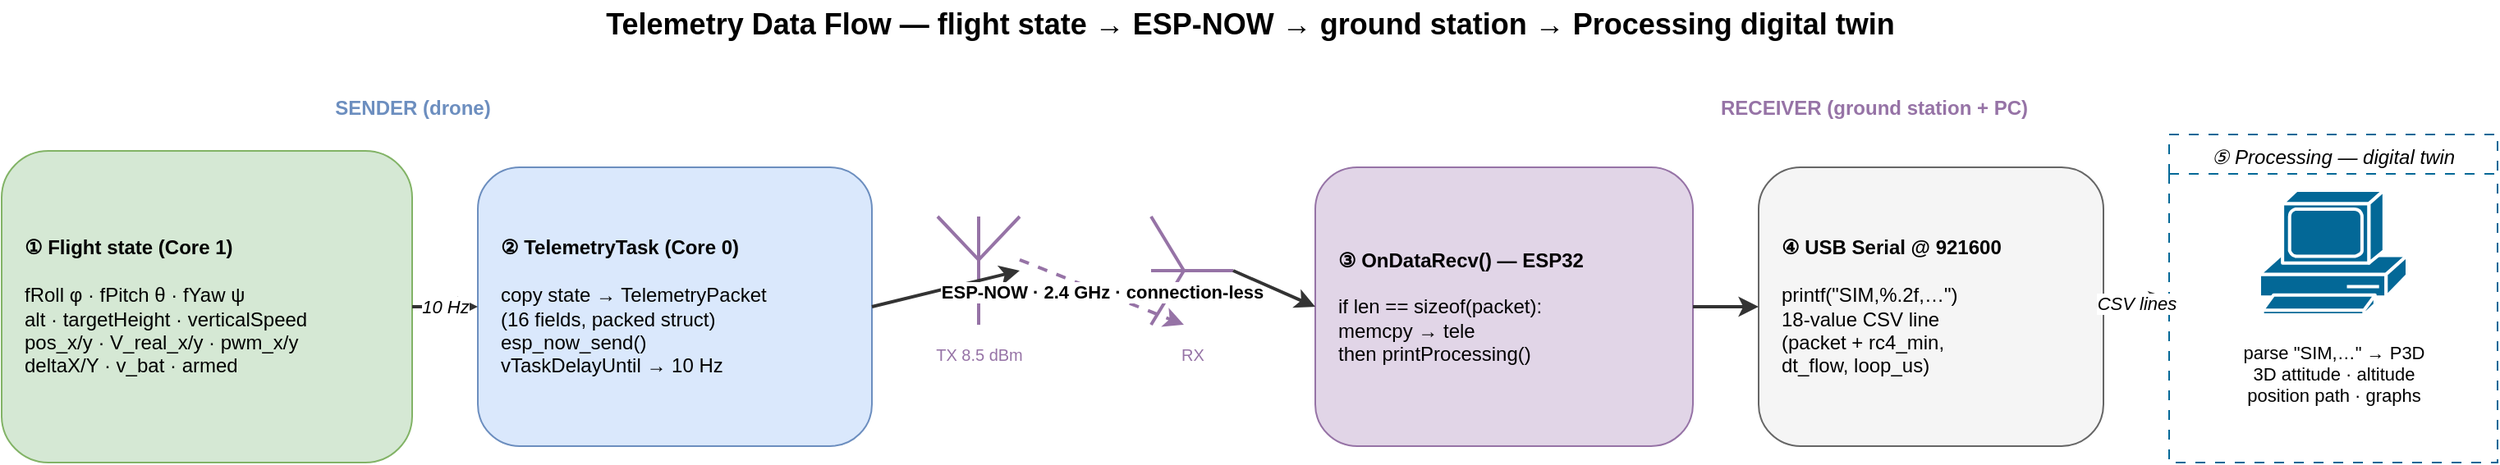
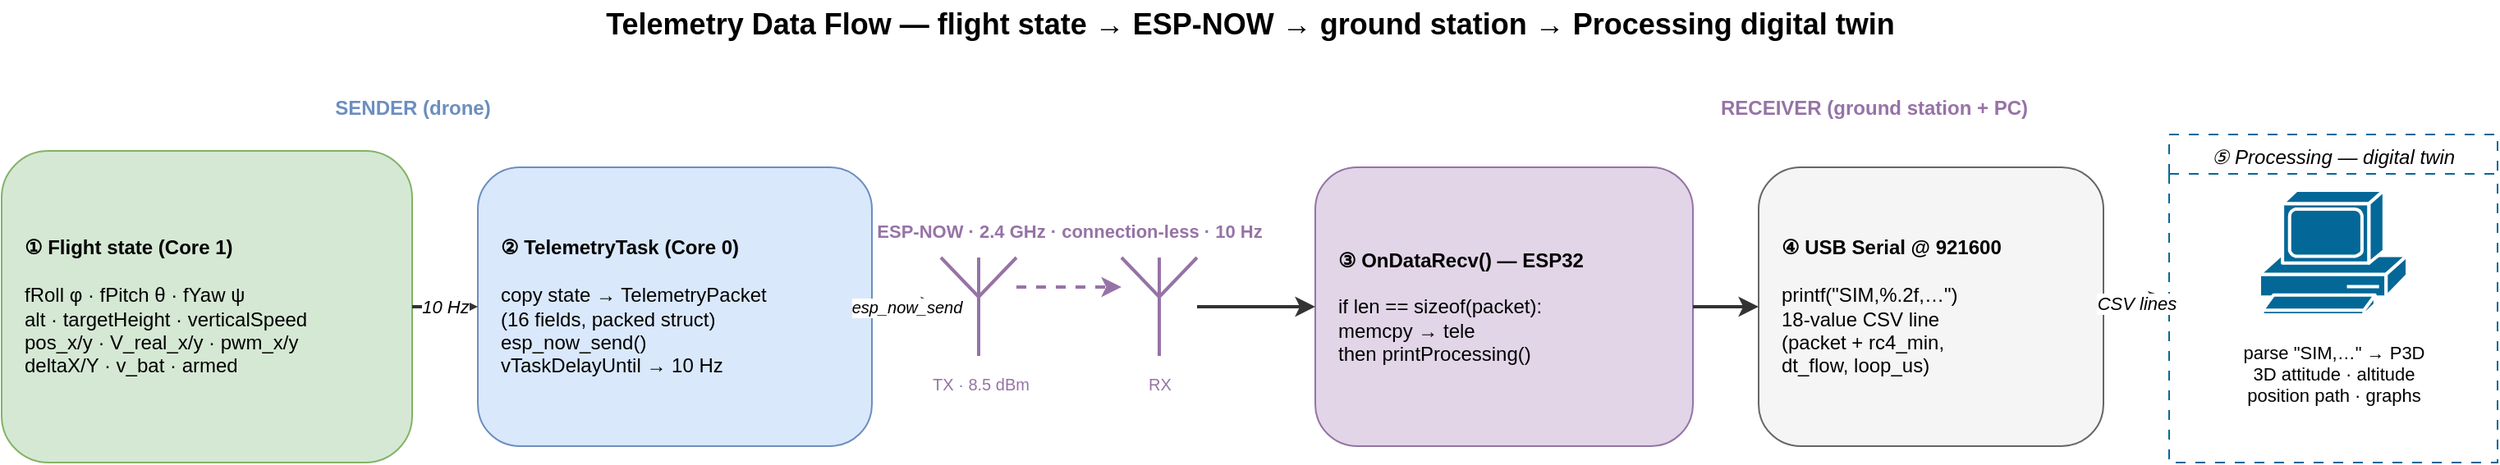
<?xml version="1.0" encoding="UTF-8"?>
<mxfile host="drawio" version="26.0.0">
  <diagram name="Sender-Receiver-Flow">
    <mxGraphModel dx="1400" dy="820" grid="1" gridSize="10" guides="1" tooltips="1" connect="1" arrows="1" fold="1" page="1" pageScale="1" math="0" shadow="0">
      <root>
        <mxCell id="0" />
        <mxCell id="1" parent="0" />

        <mxCell id="ttl" value="Telemetry Data Flow — flight state → ESP-NOW → ground station → Processing digital twin" style="text;html=1;align=center;verticalAlign=middle;fontStyle=1;fontSize=18;" vertex="1" parent="1">
          <mxGeometry x="60" y="18" width="1480" height="30" as="geometry" />
        </mxCell>

        <!-- lane labels -->
        <mxCell id="laneS" value="SENDER (drone)" style="text;html=1;align=center;fontStyle=1;fontSize=12;fontColor=#6c8ebf;" vertex="1" parent="1"><mxGeometry x="40" y="70" width="500" height="20" as="geometry" /></mxCell>
        <mxCell id="laneR" value="RECEIVER (ground station + PC)" style="text;html=1;align=center;fontStyle=1;fontSize=12;fontColor=#9673a6;" vertex="1" parent="1"><mxGeometry x="820" y="70" width="720" height="20" as="geometry" /></mxCell>

        <!-- 1 flight state -->
        <mxCell id="fstate" value="&lt;b&gt;① Flight state (Core 1)&lt;/b&gt;&#xa;&#xa;fRoll φ · fPitch θ · fYaw ψ&#xa;alt · targetHeight · verticalSpeed&#xa;pos_x/y · V_real_x/y · pwm_x/y&#xa;deltaX/Y · v_bat · armed" style="rounded=1;whiteSpace=wrap;html=1;fillColor=#d5e8d4;strokeColor=#82b366;fontSize=12;align=left;verticalAlign=middle;spacingLeft=12;" vertex="1" parent="1">
          <mxGeometry x="40" y="110" width="250" height="190" as="geometry" />
        </mxCell>

        <!-- 2 telemetry task -->
        <mxCell id="pack" value="&lt;b&gt;② TelemetryTask (Core 0)&lt;/b&gt;&#xa;&#xa;copy state → TelemetryPacket&#xa;(16 fields, packed struct)&#xa;esp_now_send()&#xa;vTaskDelayUntil → 10 Hz" style="rounded=1;whiteSpace=wrap;html=1;fillColor=#dae8fc;strokeColor=#6c8ebf;fontSize=12;align=left;verticalAlign=middle;spacingLeft=12;" vertex="1" parent="1">
          <mxGeometry x="330" y="120" width="240" height="170" as="geometry" />
        </mxCell>

        <!-- TX antenna -->
        <mxCell id="antTx" value="" style="verticalLabelPosition=bottom;shadow=0;dashed=0;align=center;html=1;verticalAlign=top;shape=mxgraph.electrical.radio.aerial_-_antenna_1;strokeColor=#9673a6;strokeWidth=2;" vertex="1" parent="1">
-           <mxGeometry x="610" y="150" width="50" height="66" as="geometry" />
+           <mxGeometry x="612" y="175" width="46" height="60" as="geometry" />
        </mxCell>
-         <mxCell id="txLbl" value="TX 8.5 dBm" style="text;html=1;align=center;fontSize=10;fontColor=#9673a6;" vertex="1" parent="1"><mxGeometry x="600" y="222" width="70" height="16" as="geometry" /></mxCell>
+         <mxCell id="txLbl" value="TX · 8.5 dBm" style="text;html=1;align=center;fontSize=10;fontColor=#9673a6;" vertex="1" parent="1"><mxGeometry x="600" y="240" width="72" height="16" as="geometry" /></mxCell>

        <!-- RX antenna -->
-         <mxCell id="antRx" value="" style="verticalLabelPosition=bottom;shadow=0;dashed=0;align=center;html=1;verticalAlign=top;shape=mxgraph.electrical.radio.aerial_-_antenna_1;strokeColor=#9673a6;strokeWidth=2;direction=north;" vertex="1" parent="1">
-           <mxGeometry x="740" y="150" width="50" height="66" as="geometry" />
+         <mxCell id="antRx" value="" style="verticalLabelPosition=bottom;shadow=0;dashed=0;align=center;html=1;verticalAlign=top;shape=mxgraph.electrical.radio.aerial_-_antenna_1;strokeColor=#9673a6;strokeWidth=2;" vertex="1" parent="1">
+           <mxGeometry x="722" y="175" width="46" height="60" as="geometry" />
        </mxCell>
-         <mxCell id="rxLbl" value="RX" style="text;html=1;align=center;fontSize=10;fontColor=#9673a6;" vertex="1" parent="1"><mxGeometry x="745" y="222" width="40" height="16" as="geometry" /></mxCell>
+         <mxCell id="rxLbl" value="RX" style="text;html=1;align=center;fontSize=10;fontColor=#9673a6;" vertex="1" parent="1"><mxGeometry x="722" y="240" width="46" height="16" as="geometry" /></mxCell>

        <!-- 3 OnDataRecv -->
        <mxCell id="recv" value="&lt;b&gt;③ OnDataRecv() — ESP32&lt;/b&gt;&#xa;&#xa;if len == sizeof(packet):&#xa;memcpy → tele&#xa;then printProcessing()" style="rounded=1;whiteSpace=wrap;html=1;fillColor=#e1d5e7;strokeColor=#9673a6;fontSize=12;align=left;verticalAlign=middle;spacingLeft=12;" vertex="1" parent="1">
          <mxGeometry x="840" y="120" width="230" height="170" as="geometry" />
        </mxCell>

        <!-- 4 serial CSV -->
        <mxCell id="serial" value="&lt;b&gt;④ USB Serial @ 921600&lt;/b&gt;&#xa;&#xa;printf(&quot;SIM,%.2f,…&quot;)&#xa;18-value CSV line&#xa;(packet + rc4_min,&#xa;dt_flow, loop_us)" style="rounded=1;whiteSpace=wrap;html=1;fillColor=#f5f5f5;strokeColor=#666666;fontSize=12;align=left;verticalAlign=middle;spacingLeft=12;" vertex="1" parent="1">
          <mxGeometry x="1110" y="120" width="210" height="170" as="geometry" />
        </mxCell>

        <!-- 5 processing -->
        <mxCell id="pcCard" value="⑤ Processing — digital twin" style="swimlane;startSize=24;html=1;whiteSpace=wrap;fillColor=none;strokeColor=#036897;dashed=1;dashPattern=6 6;fontSize=12;fontStyle=2;verticalAlign=top;align=center;" vertex="1" parent="1">
          <mxGeometry x="1360" y="100" width="200" height="200" as="geometry" />
        </mxCell>
        <mxCell id="rPc" value="" style="sketch=0;html=1;dashed=0;fillColor=#036897;strokeColor=#ffffff;strokeWidth=2;outlineConnect=0;shape=mxgraph.cisco.computers_and_peripherals.pc;" vertex="1" parent="pcCard">
          <mxGeometry x="55" y="34" width="90" height="76" as="geometry" />
        </mxCell>
        <mxCell id="pcTxt" value="parse &quot;SIM,…&quot; → P3D&#xa;3D attitude · altitude&#xa;position path · graphs" style="text;html=1;align=center;fontSize=11;" vertex="1" parent="pcCard">
          <mxGeometry x="10" y="120" width="180" height="60" as="geometry" />
        </mxCell>

        <!-- edges -->
        <mxCell id="f1" value="10 Hz" style="html=1;endArrow=classic;strokeColor=#333333;strokeWidth=2;fontSize=11;fontStyle=2;labelBackgroundColor=#ffffff;exitX=1;exitY=0.5;entryX=0;entryY=0.5;" edge="1" parent="1" source="fstate" target="pack"><mxGeometry relative="1" as="geometry" /></mxCell>
-         <mxCell id="f2" style="html=1;endArrow=classic;strokeColor=#333333;strokeWidth=2;exitX=1;exitY=0.5;entryX=0.5;entryY=0.5;" edge="1" parent="1" source="pack" target="antTx"><mxGeometry relative="1" as="geometry" /></mxCell>
-         <mxCell id="fLink" value="ESP-NOW · 2.4 GHz · connection-less" style="html=1;endArrow=classic;strokeColor=#9673a6;strokeWidth=2;dashed=1;fontSize=11;fontStyle=1;labelBackgroundColor=#ffffff;exitX=1;exitY=0.4;entryX=0;entryY=0.4;" edge="1" parent="1" source="antTx" target="antRx"><mxGeometry relative="1" as="geometry" /></mxCell>
-         <mxCell id="f3" style="html=1;endArrow=classic;strokeColor=#333333;strokeWidth=2;exitX=0.5;exitY=0.5;entryX=0;entryY=0.5;" edge="1" parent="1" source="antRx" target="recv"><mxGeometry relative="1" as="geometry" /></mxCell>
+         <mxCell id="wlbl" value="ESP-NOW · 2.4 GHz · connection-less · 10 Hz" style="text;html=1;align=center;fontSize=11;fontStyle=1;fontColor=#9673a6;" vertex="1" parent="1"><mxGeometry x="550" y="146" width="280" height="18" as="geometry" /></mxCell>
+         <mxCell id="f2" value="esp_now_send" style="html=1;endArrow=classic;strokeColor=#333333;strokeWidth=2;fontSize=10;fontStyle=2;labelBackgroundColor=#ffffff;exitX=1;exitY=0.5;entryX=0;entryY=0.5;" edge="1" parent="1" source="pack" target="antTx"><mxGeometry relative="1" as="geometry" /></mxCell>
+         <mxCell id="fLink" style="html=1;endArrow=classic;startArrow=none;strokeColor=#9673a6;strokeWidth=2;dashed=1;exitX=1;exitY=0.3;entryX=0;entryY=0.3;" edge="1" parent="1" source="antTx" target="antRx"><mxGeometry relative="1" as="geometry" /></mxCell>
+         <mxCell id="f3" style="html=1;endArrow=classic;strokeColor=#333333;strokeWidth=2;exitX=1;exitY=0.5;entryX=0;entryY=0.5;" edge="1" parent="1" source="antRx" target="recv"><mxGeometry relative="1" as="geometry" /></mxCell>
        <mxCell id="f4" style="html=1;endArrow=classic;strokeColor=#333333;strokeWidth=2;exitX=1;exitY=0.5;entryX=0;entryY=0.5;" edge="1" parent="1" source="recv" target="serial"><mxGeometry relative="1" as="geometry" /></mxCell>
        <mxCell id="f5" value="CSV lines" style="html=1;endArrow=classic;strokeColor=#333333;strokeWidth=2;fontSize=11;fontStyle=2;labelBackgroundColor=#ffffff;exitX=1;exitY=0.5;entryX=0;entryY=0.5;" edge="1" parent="1" source="serial" target="pcCard"><mxGeometry relative="1" as="geometry" /></mxCell>

      </root>
    </mxGraphModel>
  </diagram>
</mxfile>
